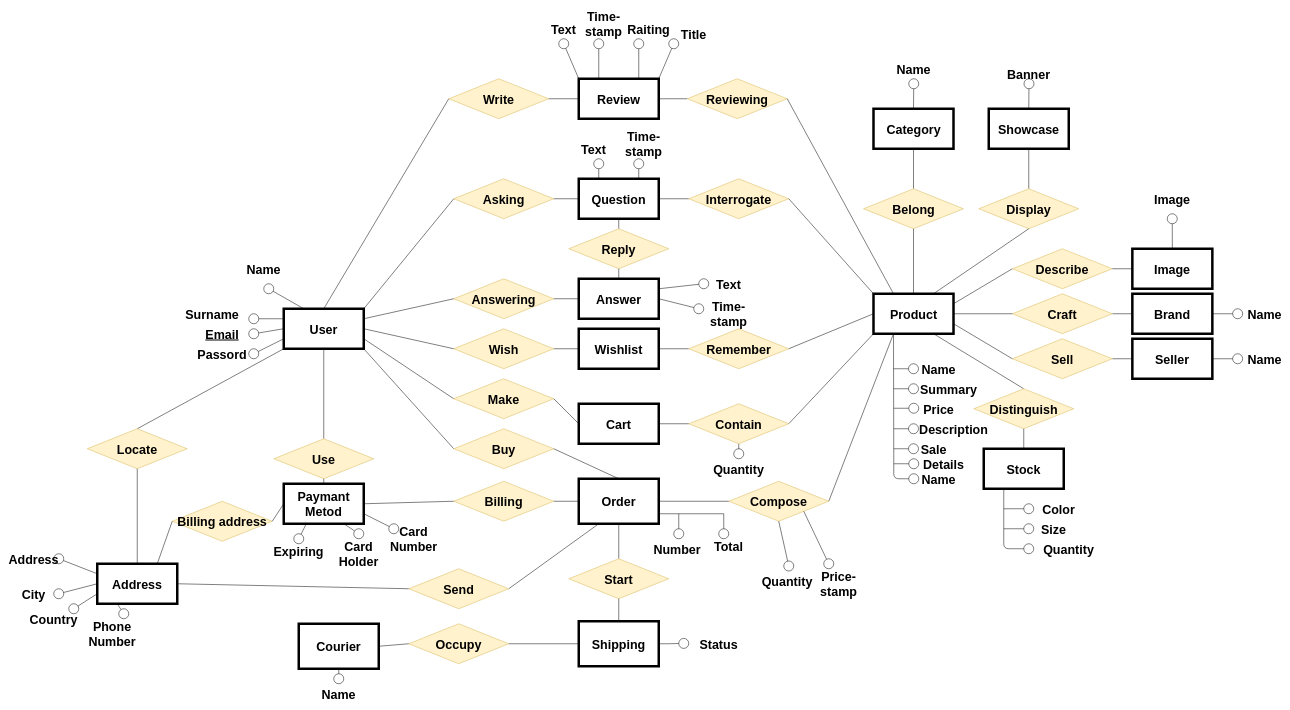
Coccio98/Tecnologie-del-web keeps this draw.io diagram as Tecnologie del web.drawio. Above is the earlier version. Source tidied: cells renumbered, new cells numbered last; positions are measured from the earlier drawing's top-left corner, leaving out a move shared by most shapes. Both pictures are drawn from the tidied source at 50%, with x=0, y=0 at pixel (24, 18).
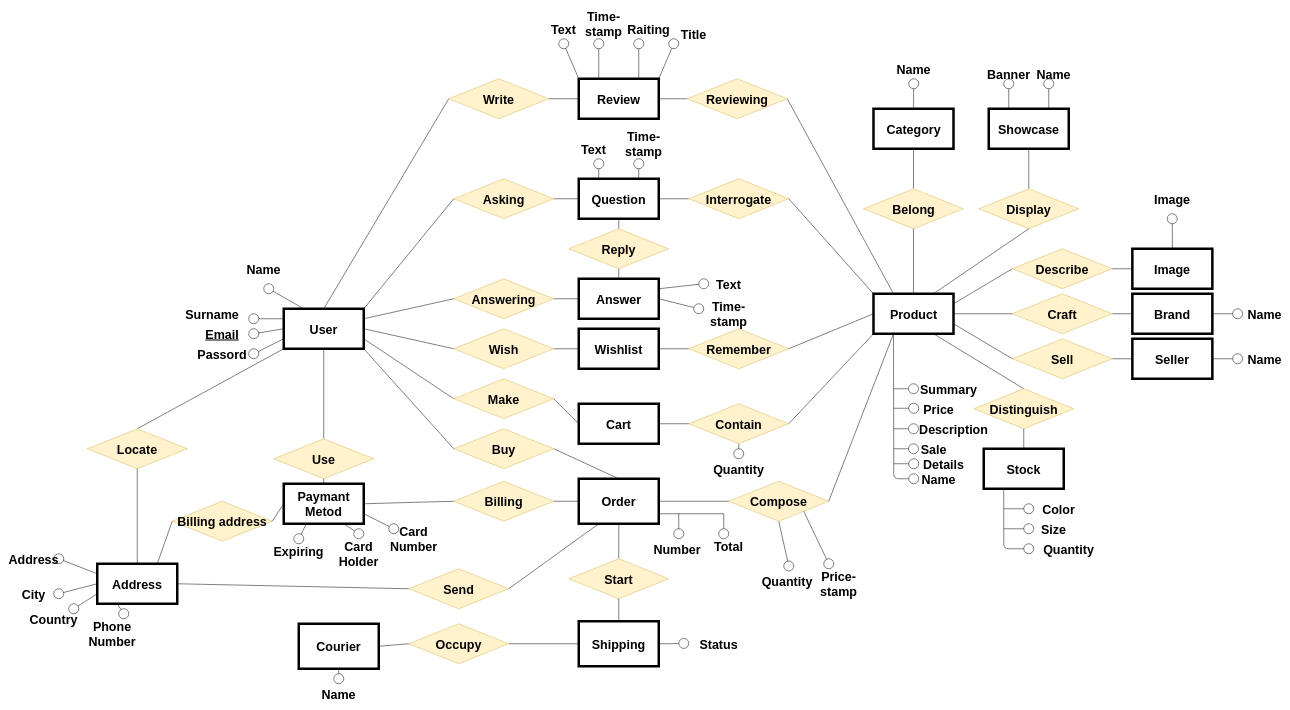
Above is the later version.

The change refers to these unchanged cells:
```xml
<mxCell id="43" value="Showcase" style="rounded=0;whiteSpace=wrap;html=1;fontSize=25;fontStyle=1;strokeWidth=5;" parent="1" vertex="1">
  <mxGeometry x="1930" y="180" width="160" height="80" as="geometry" />
</mxCell>
```

Diff of the diagram source:
```diff
@@
-    <mxCell id="106" style="endArrow=none;html=1;entryX=0.5;entryY=0;entryDx=0;entryDy=0;startArrow=oval;startFill=0;startSize=20;fontStyle=1;" parent="1" edge="1" target="43">
+    <mxCell id="106" style="endArrow=none;html=1;entryX=0.25;entryY=0;entryDx=0;entryDy=0;startArrow=oval;startFill=0;startSize=20;fontStyle=1;" parent="1" edge="1" target="43">
       <mxGeometry relative="1" as="geometry">
-        <mxPoint x="2010.5" y="130" as="sourcePoint" />
+        <mxPoint x="1970" y="130" as="sourcePoint" />
       </mxGeometry>
     </mxCell>
     <mxCell id="107" value="Banner" style="text;html=1;strokeColor=none;fillColor=none;align=center;verticalAlign=middle;whiteSpace=wrap;rounded=0;fontSize=25;fontStyle=1;" parent="1" vertex="1">
-      <mxGeometry x="1990" y="100" width="40" height="20" as="geometry" />
+      <mxGeometry x="1950" y="100" width="40" height="20" as="geometry" />
     </mxCell>
@@
-    <mxCell id="165" style="endArrow=none;html=1;fontSize=25;startArrow=oval;startFill=0;startSize=20;fontStyle=1;" parent="1" edge="1">
-      <mxGeometry relative="1" as="geometry">
-        <mxPoint x="1779.5" y="700" as="sourcePoint" />
-        <mxPoint x="1739.5" y="700" as="targetPoint" />
-      </mxGeometry>
-    </mxCell>
-    <mxCell id="166" value="Name" style="text;html=1;strokeColor=none;fillColor=none;align=center;verticalAlign=middle;whiteSpace=wrap;rounded=0;fontSize=25;fontStyle=1;" parent="1" vertex="1">
-      <mxGeometry x="1809.5" y="690" width="40" height="20" as="geometry" />
-    </mxCell>
@@
+    <mxCell id="177" style="endArrow=none;html=1;fontSize=15;entryX=0.75;entryY=0;entryDx=0;entryDy=0;startArrow=oval;startFill=0;strokeWidth=1;startSize=20;" parent="1" edge="1" target="43">
+      <mxGeometry relative="1" as="geometry">
+        <mxPoint x="2050" y="130" as="sourcePoint" />
+      </mxGeometry>
+    </mxCell>
+    <mxCell id="166" value="Name" style="text;html=1;strokeColor=none;fillColor=none;align=center;verticalAlign=middle;whiteSpace=wrap;rounded=0;fontSize=25;fontStyle=1;" parent="1" vertex="1">
+      <mxGeometry x="2040" y="100" width="40" height="20" as="geometry" />
+    </mxCell>
```
